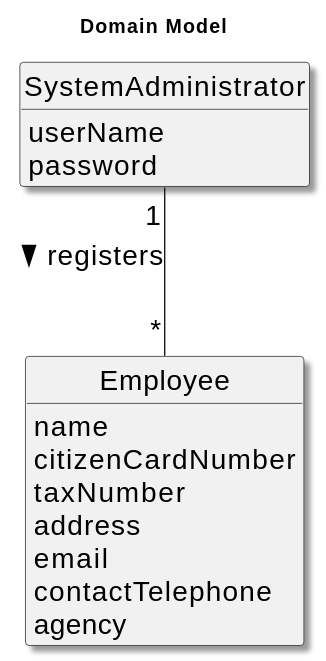
Goncalves2525/real-estate-management-system keeps this PlantUML diagram as docs/sprintB/us003/02.analysis/svg/us003-domain-model.svg. Above is the earlier version.
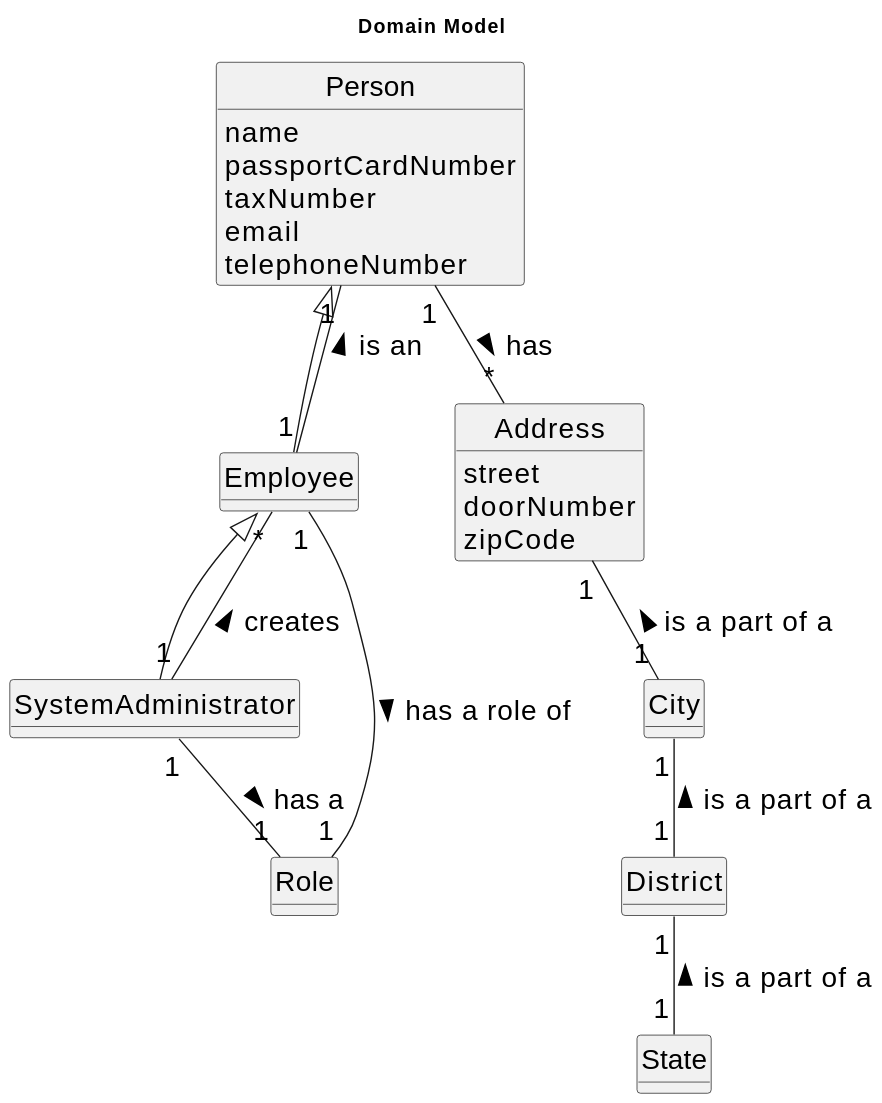
Later version of the same file.

Change to the diagram source:
```diff
@@ -2,8 +2,10 @@
 skinparamlocked defaultFontSize 20
 skinparam monochrome true
 skinparam packageStyle rectangle
-skinparam shadowing true
-skinparam linetype ortho
+skinparam shadowing false
+skinparam classAttributeIconSize 0
+hide circle
+hide methods
 
 
 skinparam classAttributeIconSize 0
@@ -13,22 +15,44 @@
 
 title Domain Model
 
-
-class SystemAdministrator {
-   userName
-   password
+class Person {
+    name
+    passportCardNumber
+    taxNumber
+    email
+    telephoneNumber
 }
 
-class Employee{
-    name
-    citizenCardNumber
-    taxNumber
-    address
-    email
-    contactTelephone
-    agency
+class Employee extends Person {
 }
 
+class SystemAdministrator extends Employee {
+}
 
-SystemAdministrator "1" --- "*" Employee : registers >
+class Role {
+}
+
+class Address {
+    street
+    doorNumber
+    zipCode
+}
+
+class City {
+}
+
+class District {
+}
+
+class State {
+}
+
+SystemAdministrator "1" -- "*" Employee: creates >
+Employee "1" -- "1" Person: is an >
+Employee "1" -- "1" Role: has a role of >
+SystemAdministrator "1" -- "1" Role: has a >
+Person "1" -- "*" Address: has >
+Address "1" -- "1" City : is a part of a <
+City "1" -- "1" District : is a part of a <
+District "1" -- "1" State : is a part of a <
 @enduml
```
